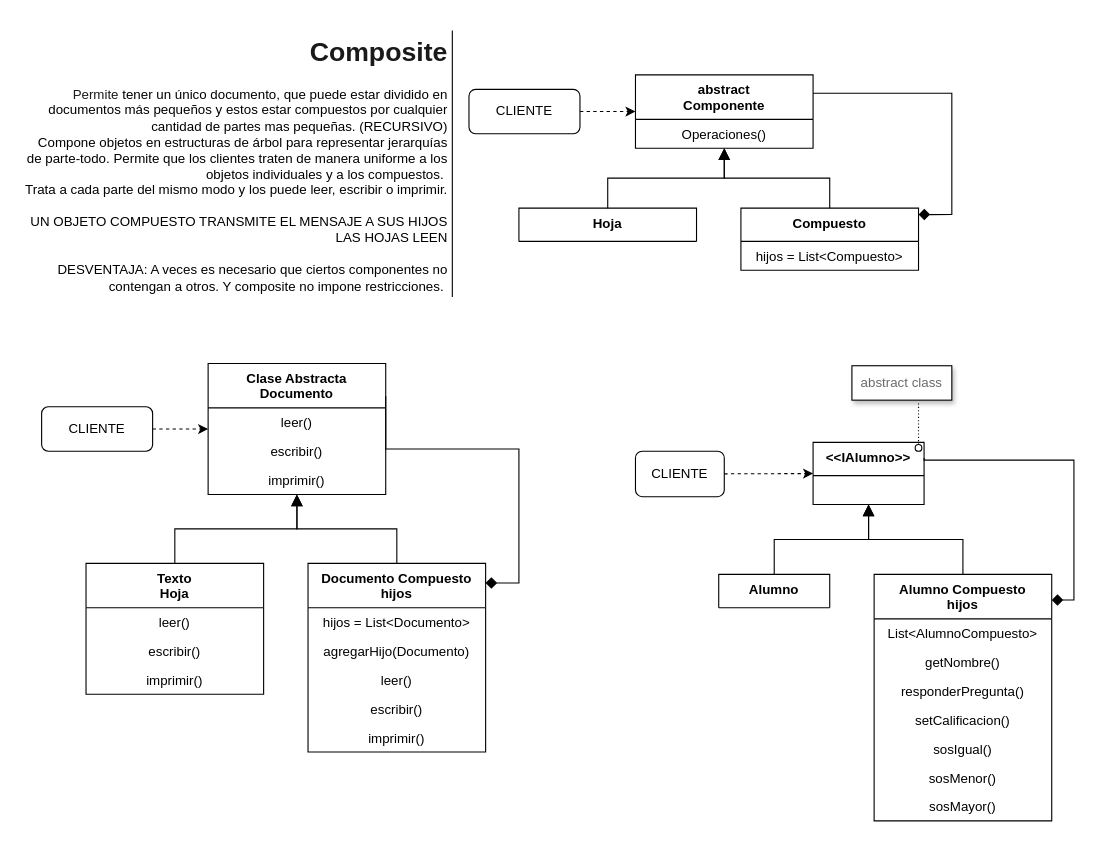
Above: page "6 Composite" (1 of 2) of Clase6.drawio in veroyols/I3007_patrones_de_disenio (draw.io), before the change. Source tidied: cells renumbered, new cells numbered last; positions are measured from the earlier drawing's top-left corner, leaving out a move shared by most shapes. Both pictures are drawn from the tidied source at 111%, with x=0, y=0 at pixel (19, 30).
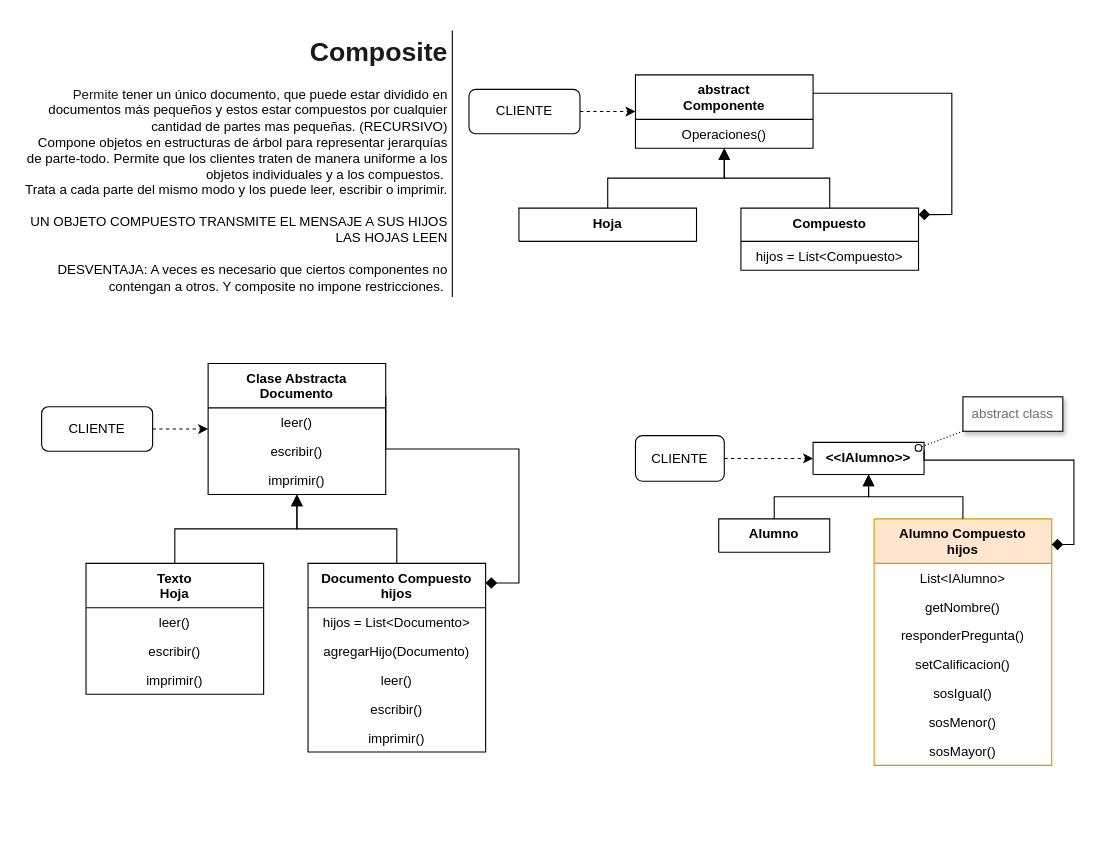
After the change.

The edit, as a diff of the source:
```diff
@@
-    <mxCell id="33" value="&lt;&lt;IAlumno&gt;&gt;" style="swimlane;fontStyle=1;align=center;verticalAlign=top;horizontal=1;startSize=30;" parent="1" vertex="1">
-      <mxGeometry x="715" y="371" width="100" height="56" as="geometry" />
+    <mxCell id="33" value="&lt;&lt;IAlumno&gt;&gt;" style="swimlane;fontStyle=1;align=center;verticalAlign=top;horizontal=1;startSize=56;" parent="1" vertex="1">
+      <mxGeometry x="715" y="371" width="100" height="29" as="geometry" />
     </mxCell>
     <mxCell id="34" value="CLIENTE" style="rounded=1;whiteSpace=wrap;html=1;align=center;" parent="1" vertex="1">
-      <mxGeometry x="555" y="379" width="80" height="41" as="geometry" />
+      <mxGeometry x="555" y="365" width="80" height="41" as="geometry" />
     </mxCell>
@@
-    <mxCell id="36" value="Alumno Compuesto&#10;hijos" style="swimlane;fontStyle=1;align=center;verticalAlign=top;horizontal=1;startSize=40;" parent="1" vertex="1">
-      <mxGeometry x="770" y="490" width="160" height="222" as="geometry" />
+    <mxCell id="36" value="Alumno Compuesto&#10;hijos" style="swimlane;fontStyle=1;align=center;verticalAlign=top;horizontal=1;startSize=40;fillColor=#ffe6cc;strokeColor=#d79b00;" parent="1" vertex="1">
+      <mxGeometry x="770" y="440" width="160" height="222" as="geometry" />
     </mxCell>
-    <mxCell id="37" value="List&lt;AlumnoCompuesto&gt;" style="text;strokeColor=none;fillColor=none;align=center;verticalAlign=top;spacingLeft=4;spacingRight=4;overflow=hidden;" parent="36" vertex="1">
+    <mxCell id="37" value="List&lt;IAlumno&gt;" style="text;strokeColor=none;fillColor=none;align=center;verticalAlign=top;spacingLeft=4;spacingRight=4;overflow=hidden;" parent="36" vertex="1">
       <mxGeometry y="40" width="160" height="26" as="geometry" />
     </mxCell>
@@
     <mxCell id="45" value="Alumno" style="swimlane;fontStyle=1;align=center;verticalAlign=top;horizontal=1;startSize=30;" parent="1" vertex="1">
-      <mxGeometry x="630" y="490" width="100" height="30" as="geometry" />
+      <mxGeometry x="630" y="440" width="100" height="30" as="geometry" />
     </mxCell>
     <mxCell id="46" style="endArrow=diamond;html=1;endFill=1;endSize=8;exitX=1;exitY=0.25;exitDx=0;exitDy=0;edgeStyle=orthogonalEdgeStyle;rounded=0;entryX=1;entryY=0.104;entryDx=0;entryDy=0;entryPerimeter=0;" parent="1" edge="1" source="33" target="36">
       <mxGeometry relative="1" as="geometry">
         <Array as="points">
           <mxPoint x="815" y="387" />
           <mxPoint x="950" y="387" />
-          <mxPoint x="950" y="513" />
+          <mxPoint x="950" y="463" />
         </Array>
       </mxGeometry>
     </mxCell>
     <mxCell id="47" style="endArrow=block;html=1;endFill=1;endSize=8;edgeStyle=orthogonalEdgeStyle;rounded=0;exitX=0.5;exitY=0;exitDx=0;exitDy=0;" parent="1" edge="1" source="45" target="33">
-      <mxGeometry relative="1" as="geometry" />
+      <mxGeometry relative="1" as="geometry">
+        <Array as="points">
+          <mxPoint x="680" y="420" />
+          <mxPoint x="765" y="420" />
+        </Array>
+      </mxGeometry>
     </mxCell>
     <mxCell id="48" value="abstract class" style="rounded=0;whiteSpace=wrap;html=1;align=center;shadow=1;fontColor=#6B6B6B;" parent="1" vertex="1">
-      <mxGeometry x="750" y="302" width="90" height="31" as="geometry" />
+      <mxGeometry x="850" y="330" width="90" height="31" as="geometry" />
     </mxCell>
-    <mxCell id="49" style="endArrow=none;html=1;edgeStyle=orthogonalEdgeStyle;rounded=0;startArrow=oval;startFill=0;dashed=1;dashPattern=1 2;" parent="1" edge="1">
+    <mxCell id="49" style="endArrow=none;html=1;rounded=0;startArrow=oval;startFill=0;dashed=1;dashPattern=1 2;entryX=0;entryY=1;entryDx=0;entryDy=0;" parent="1" edge="1" target="48">
       <mxGeometry relative="1" as="geometry">
         <mxPoint x="810" y="376" as="sourcePoint" />
-        <mxPoint x="810" y="336" as="targetPoint" />
-        <Array as="points">
-          <mxPoint x="810" y="336" />
-          <mxPoint x="810" y="336" />
-        </Array>
       </mxGeometry>
     </mxCell>
```
